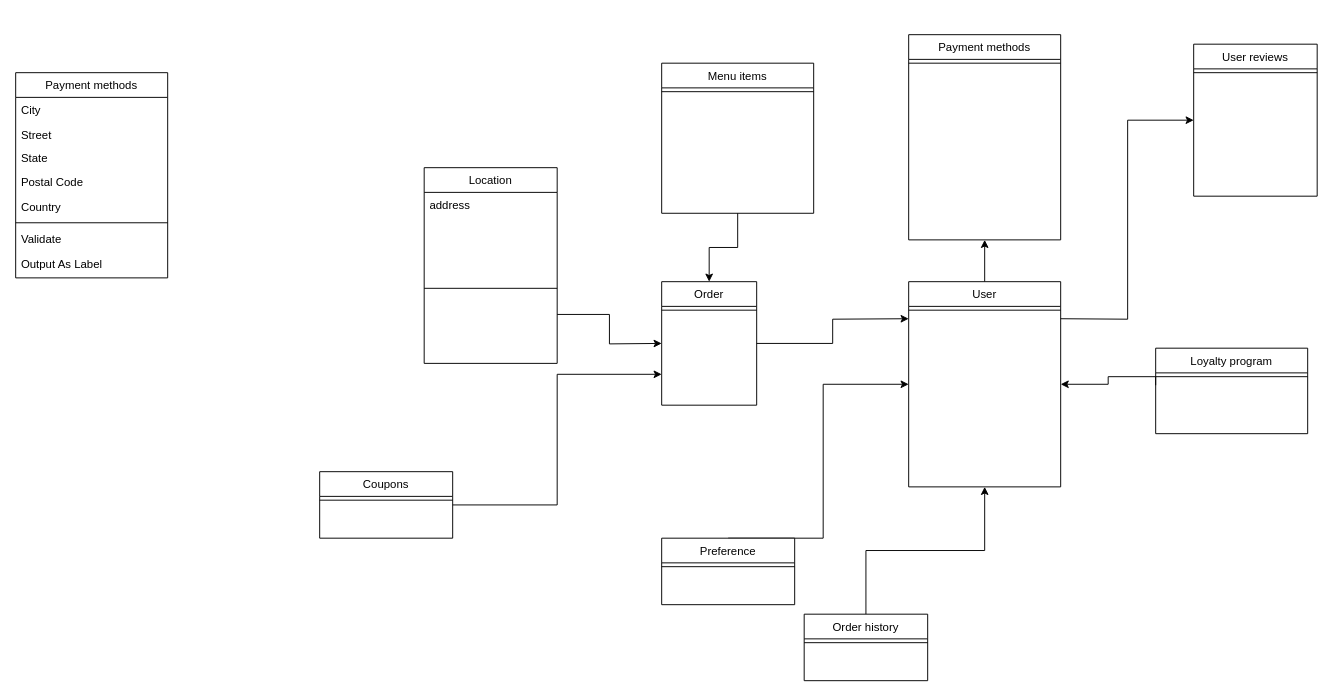
MaiNhatHoangY2001/HLFood keeps this draw.io diagram as HLFood-entity.drawio. Above is the earlier version. Source tidied: cells renumbered, new cells numbered last; positions are measured from the earlier drawing's top-left corner, leaving out a move shared by most shapes. Both pictures are drawn from the tidied source at 95%, with x=0, y=0 at pixel (15, 34).
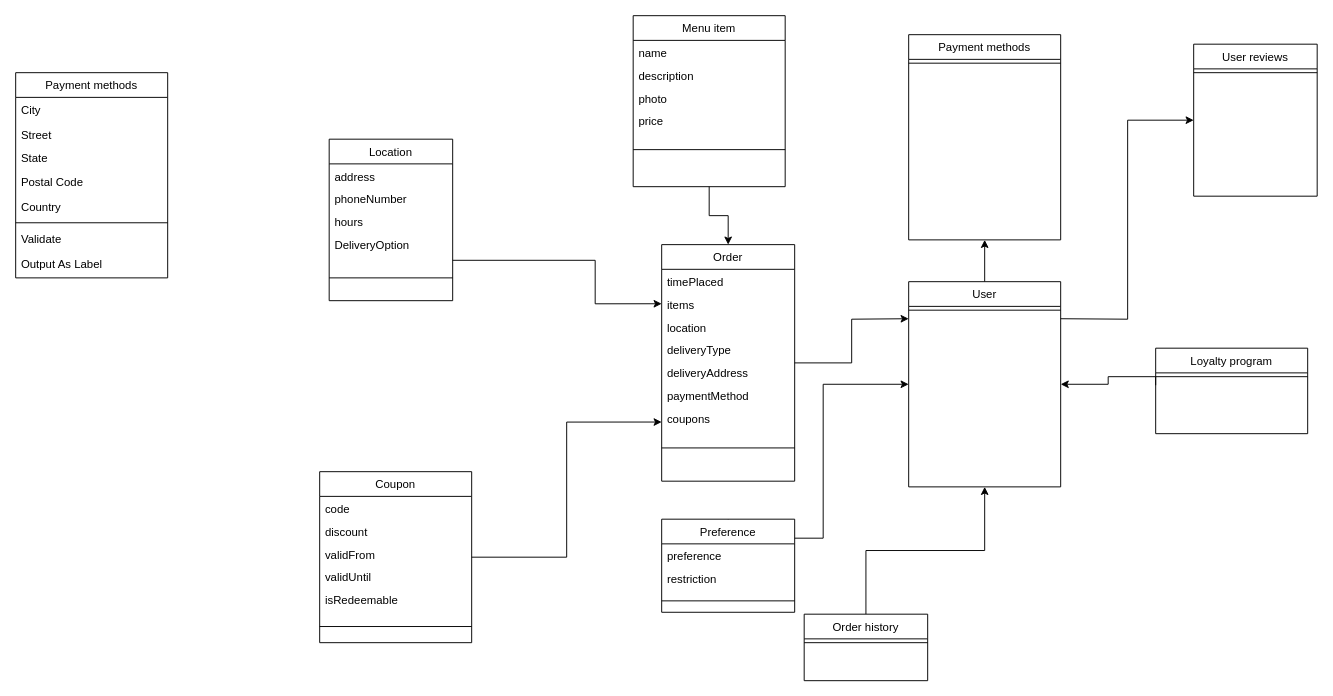
Above is the later version.

Change to the diagram source:
```diff
@@
-    <mxCell id="3" value="Menu items" style="swimlane;fontStyle=0;align=center;verticalAlign=top;horizontal=1;startSize=26;rounded=0;shadow=0;strokeWidth=1;" parent="1" vertex="1">
-      <mxGeometry x="680" y="30" width="160" height="158" as="geometry" />
+    <mxCell id="3" value="Menu item" style="swimlane;fontStyle=0;align=center;verticalAlign=top;horizontal=1;startSize=26;rounded=0;shadow=0;strokeWidth=1;" parent="1" vertex="1">
+      <mxGeometry x="650" y="-20" width="160" height="180" as="geometry" />
     </mxCell>
+    <mxCell id="41" value="name" style="text;align=left;verticalAlign=top;spacingLeft=4;spacingRight=4;overflow=hidden;rounded=0;shadow=0;html=0;" parent="3" vertex="1">
+      <mxGeometry y="26" width="160" height="24" as="geometry" />
+    </mxCell>
+    <mxCell id="42" value="description" style="text;align=left;verticalAlign=top;spacingLeft=4;spacingRight=4;overflow=hidden;rounded=0;shadow=0;html=0;" parent="3" vertex="1">
+      <mxGeometry y="50" width="160" height="24" as="geometry" />
+    </mxCell>
+    <mxCell id="43" value="photo" style="text;align=left;verticalAlign=top;spacingLeft=4;spacingRight=4;overflow=hidden;rounded=0;shadow=0;html=0;" parent="3" vertex="1">
+      <mxGeometry y="74" width="160" height="24" as="geometry" />
+    </mxCell>
+    <mxCell id="44" value="price" style="text;align=left;verticalAlign=top;spacingLeft=4;spacingRight=4;overflow=hidden;rounded=0;shadow=0;html=0;" parent="3" vertex="1">
+      <mxGeometry y="98" width="160" height="24" as="geometry" />
+    </mxCell>
     <mxCell id="4" style="line;html=1;strokeWidth=1;align=left;verticalAlign=middle;spacingTop=-1;spacingLeft=3;spacingRight=3;labelPosition=right;" parent="3" vertex="1">
-      <mxGeometry y="26" width="160" height="8" as="geometry" />
+      <mxGeometry y="122" width="160" height="38" as="geometry" />
     </mxCell>
     <mxCell id="5" value="Location" style="swimlane;fontStyle=0;align=center;verticalAlign=top;horizontal=1;startSize=26;rounded=0;shadow=0;strokeWidth=1;" parent="1" vertex="1">
-      <mxGeometry x="430" y="140" width="140" height="206" as="geometry" />
+      <mxGeometry x="330" y="110" width="130" height="170" as="geometry" />
     </mxCell>
     <mxCell id="6" value="address" style="text;align=left;verticalAlign=top;spacingLeft=4;spacingRight=4;overflow=hidden;rounded=0;shadow=0;html=0;" parent="5" vertex="1">
-      <mxGeometry y="26" width="140" height="24" as="geometry" />
+      <mxGeometry y="26" width="130" height="24" as="geometry" />
     </mxCell>
+    <mxCell id="45" value="phoneNumber" style="text;align=left;verticalAlign=top;spacingLeft=4;spacingRight=4;overflow=hidden;rounded=0;shadow=0;html=0;" parent="5" vertex="1">
+      <mxGeometry y="50" width="130" height="24" as="geometry" />
+    </mxCell>
+    <mxCell id="46" value="hours&#10;" style="text;align=left;verticalAlign=top;spacingLeft=4;spacingRight=4;overflow=hidden;rounded=0;shadow=0;html=0;" parent="5" vertex="1">
+      <mxGeometry y="74" width="130" height="24" as="geometry" />
+    </mxCell>
+    <mxCell id="47" value="DeliveryOption" style="text;align=left;verticalAlign=top;spacingLeft=4;spacingRight=4;overflow=hidden;rounded=0;shadow=0;html=0;" parent="5" vertex="1">
+      <mxGeometry y="98" width="130" height="24" as="geometry" />
+    </mxCell>
     <mxCell id="7" style="line;html=1;strokeWidth=1;align=left;verticalAlign=middle;spacingTop=-1;spacingLeft=3;spacingRight=3;labelPosition=right;" parent="5" vertex="1">
-      <mxGeometry y="50" width="140" height="154" as="geometry" />
+      <mxGeometry y="122" width="130" height="48" as="geometry" />
     </mxCell>
     <mxCell id="8" value="Order" style="swimlane;fontStyle=0;align=center;verticalAlign=top;horizontal=1;startSize=26;rounded=0;shadow=0;strokeWidth=1;" parent="1" vertex="1">
-      <mxGeometry x="680" y="260" width="100" height="130" as="geometry" />
+      <mxGeometry x="680" y="221" width="140" height="249" as="geometry" />
     </mxCell>
+    <mxCell id="48" value="timePlaced" style="text;align=left;verticalAlign=top;spacingLeft=4;spacingRight=4;overflow=hidden;rounded=0;shadow=0;html=0;" parent="8" vertex="1">
+      <mxGeometry y="26" width="140" height="24" as="geometry" />
+    </mxCell>
+    <mxCell id="49" value="items" style="text;align=left;verticalAlign=top;spacingLeft=4;spacingRight=4;overflow=hidden;rounded=0;shadow=0;html=0;" parent="8" vertex="1">
+      <mxGeometry y="50" width="140" height="24" as="geometry" />
+    </mxCell>
+    <mxCell id="50" value="location" style="text;align=left;verticalAlign=top;spacingLeft=4;spacingRight=4;overflow=hidden;rounded=0;shadow=0;html=0;" parent="8" vertex="1">
+      <mxGeometry y="74" width="140" height="24" as="geometry" />
+    </mxCell>
+    <mxCell id="51" value="deliveryType" style="text;align=left;verticalAlign=top;spacingLeft=4;spacingRight=4;overflow=hidden;rounded=0;shadow=0;html=0;" parent="8" vertex="1">
+      <mxGeometry y="98" width="140" height="24" as="geometry" />
+    </mxCell>
+    <mxCell id="52" value="deliveryAddress" style="text;align=left;verticalAlign=top;spacingLeft=4;spacingRight=4;overflow=hidden;rounded=0;shadow=0;html=0;" parent="8" vertex="1">
+      <mxGeometry y="122" width="140" height="24" as="geometry" />
+    </mxCell>
+    <mxCell id="53" value="paymentMethod" style="text;align=left;verticalAlign=top;spacingLeft=4;spacingRight=4;overflow=hidden;rounded=0;shadow=0;html=0;" parent="8" vertex="1">
+      <mxGeometry y="146" width="140" height="24" as="geometry" />
+    </mxCell>
+    <mxCell id="54" value="coupons" style="text;align=left;verticalAlign=top;spacingLeft=4;spacingRight=4;overflow=hidden;rounded=0;shadow=0;html=0;" parent="8" vertex="1">
+      <mxGeometry y="170" width="140" height="24" as="geometry" />
+    </mxCell>
     <mxCell id="9" style="line;html=1;strokeWidth=1;align=left;verticalAlign=middle;spacingTop=-1;spacingLeft=3;spacingRight=3;labelPosition=right;" parent="8" vertex="1">
-      <mxGeometry y="26" width="100" height="8" as="geometry" />
+      <mxGeometry y="194" width="140" height="40" as="geometry" />
     </mxCell>
@@
-    <mxCell id="14" value="Coupons" style="swimlane;fontStyle=0;align=center;verticalAlign=top;horizontal=1;startSize=26;rounded=0;shadow=0;strokeWidth=1;" parent="1" vertex="1">
-      <mxGeometry x="320" y="460" width="140" height="70" as="geometry" />
+    <mxCell id="14" value="Coupon" style="swimlane;fontStyle=0;align=center;verticalAlign=top;horizontal=1;startSize=26;rounded=0;shadow=0;strokeWidth=1;" parent="1" vertex="1">
+      <mxGeometry x="320" y="460" width="160" height="180" as="geometry" />
     </mxCell>
+    <mxCell id="55" value="code" style="text;align=left;verticalAlign=top;spacingLeft=4;spacingRight=4;overflow=hidden;rounded=0;shadow=0;html=0;" parent="14" vertex="1">
+      <mxGeometry y="26" width="160" height="24" as="geometry" />
+    </mxCell>
+    <mxCell id="56" value="discount" style="text;align=left;verticalAlign=top;spacingLeft=4;spacingRight=4;overflow=hidden;rounded=0;shadow=0;html=0;" parent="14" vertex="1">
+      <mxGeometry y="50" width="160" height="24" as="geometry" />
+    </mxCell>
+    <mxCell id="57" value="validFrom" style="text;align=left;verticalAlign=top;spacingLeft=4;spacingRight=4;overflow=hidden;rounded=0;shadow=0;html=0;" parent="14" vertex="1">
+      <mxGeometry y="74" width="160" height="24" as="geometry" />
+    </mxCell>
+    <mxCell id="58" value="validUntil" style="text;align=left;verticalAlign=top;spacingLeft=4;spacingRight=4;overflow=hidden;rounded=0;shadow=0;html=0;" parent="14" vertex="1">
+      <mxGeometry y="98" width="160" height="24" as="geometry" />
+    </mxCell>
+    <mxCell id="59" value="isRedeemable" style="text;align=left;verticalAlign=top;spacingLeft=4;spacingRight=4;overflow=hidden;rounded=0;shadow=0;html=0;" parent="14" vertex="1">
+      <mxGeometry y="122" width="160" height="24" as="geometry" />
+    </mxCell>
     <mxCell id="15" style="line;html=1;strokeWidth=1;align=left;verticalAlign=middle;spacingTop=-1;spacingLeft=3;spacingRight=3;labelPosition=right;" parent="14" vertex="1">
-      <mxGeometry y="26" width="140" height="8" as="geometry" />
+      <mxGeometry y="146" width="160" height="34" as="geometry" />
     </mxCell>
@@
     <mxCell id="17" value="Preference" style="swimlane;fontStyle=0;align=center;verticalAlign=top;horizontal=1;startSize=26;rounded=0;shadow=0;strokeWidth=1;" parent="1" vertex="1">
-      <mxGeometry x="680" y="530" width="140" height="70" as="geometry" />
+      <mxGeometry x="680" y="510" width="140" height="98" as="geometry" />
     </mxCell>
+    <mxCell id="60" value="preference" style="text;align=left;verticalAlign=top;spacingLeft=4;spacingRight=4;overflow=hidden;rounded=0;shadow=0;html=0;" parent="17" vertex="1">
+      <mxGeometry y="26" width="140" height="24" as="geometry" />
+    </mxCell>
+    <mxCell id="61" value="restriction" style="text;align=left;verticalAlign=top;spacingLeft=4;spacingRight=4;overflow=hidden;rounded=0;shadow=0;html=0;" parent="17" vertex="1">
+      <mxGeometry y="50" width="140" height="24" as="geometry" />
+    </mxCell>
     <mxCell id="18" style="line;html=1;strokeWidth=1;align=left;verticalAlign=middle;spacingTop=-1;spacingLeft=3;spacingRight=3;labelPosition=right;" parent="17" vertex="1">
-      <mxGeometry y="26" width="140" height="8" as="geometry" />
+      <mxGeometry y="74" width="140" height="24" as="geometry" />
     </mxCell>
@@
-    <mxCell id="30" style="edgeStyle=orthogonalEdgeStyle;rounded=0;jettySize=auto;html=1;exitX=1;exitY=0.75;exitDx=0;exitDy=0;entryX=0;entryY=0.5;entryDx=0;entryDy=0;" parent="1" edge="1" source="5">
+    <mxCell id="30" style="edgeStyle=orthogonalEdgeStyle;rounded=0;jettySize=auto;html=1;exitX=1;exitY=0.75;exitDx=0;exitDy=0;entryX=0;entryY=0.25;entryDx=0;entryDy=0;" parent="1" edge="1" source="5" target="8">
       <mxGeometry relative="1" as="geometry">
-        <mxPoint x="680" y="325" as="targetPoint" />
+        <Array as="points">
+          <mxPoint x="610" y="238" />
+          <mxPoint x="610" y="283" />
+        </Array>
       </mxGeometry>
     </mxCell>
```
